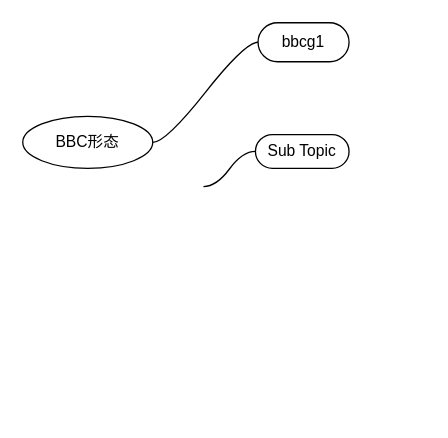
Earlier version of the draw.io diagram page "BBC环境" (3 of 4) of B+.drawio (huturenji/drawio). Source tidied: cells renumbered, new cells numbered last; positions are measured from the earlier drawing's top-left corner, leaving out a move shared by most shapes. Both pictures are drawn from the tidied source at 130%, with x=0, y=0 at pixel (22, 22).
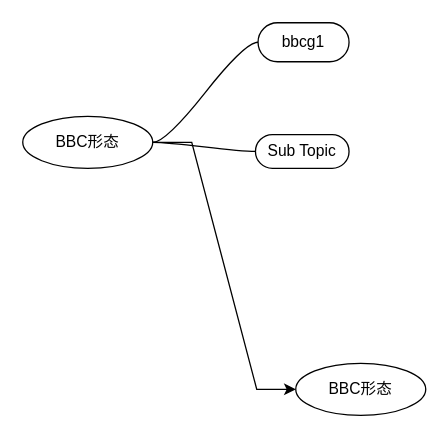
Above is the later version.

The edit, as a diff of the source:
```diff
@@
 <mxGraphModel>
   <root>
     <mxCell id="0" />
     <mxCell id="1" parent="0" />
+    <mxCell id="7" style="edgeStyle=entityRelationEdgeStyle;rounded=0;jettySize=auto;html=1;elbow=vertical;" parent="1" edge="1" source="2" target="8">
+      <mxGeometry relative="1" as="geometry" />
+    </mxCell>
     <mxCell id="2" value="BBC形态" style="ellipse;whiteSpace=wrap;html=1;align=center;newEdgeStyle={&quot;edgeStyle&quot;:&quot;entityRelationEdgeStyle&quot;,&quot;startArrow&quot;:&quot;none&quot;,&quot;endArrow&quot;:&quot;none&quot;,&quot;segment&quot;:10,&quot;curved&quot;:1};" parent="1" vertex="1">
       <mxGeometry y="72" width="100" height="40" as="geometry" />
     </mxCell>
     <mxCell id="3" value="bbcg1" style="whiteSpace=wrap;html=1;rounded=1;arcSize=50;align=center;verticalAlign=middle;strokeWidth=1;spacing=4;newEdgeStyle={&quot;edgeStyle&quot;:&quot;entityRelationEdgeStyle&quot;,&quot;startArrow&quot;:&quot;none&quot;,&quot;endArrow&quot;:&quot;none&quot;,&quot;segment&quot;:10,&quot;curved&quot;:1};" parent="1" vertex="1">
       <mxGeometry x="181" width="70" height="30" as="geometry" />
     </mxCell>
     <mxCell id="4" style="edgeStyle=entityRelationEdgeStyle;startArrow=none;endArrow=none;segment=10;curved=1;rounded=0;strokeColor=default;jumpStyle=arc;" parent="1" edge="1" source="2" target="3">
       <mxGeometry relative="1" as="geometry" />
     </mxCell>
     <mxCell id="5" value="Sub Topic" style="whiteSpace=wrap;html=1;rounded=1;arcSize=50;align=center;verticalAlign=middle;strokeWidth=1;spacing=4;newEdgeStyle={&quot;edgeStyle&quot;:&quot;entityRelationEdgeStyle&quot;,&quot;startArrow&quot;:&quot;none&quot;,&quot;endArrow&quot;:&quot;none&quot;,&quot;segment&quot;:10,&quot;curved&quot;:1};" parent="1" vertex="1">
       <mxGeometry x="179" y="86" width="72" height="26" as="geometry" />
     </mxCell>
-    <mxCell id="6" style="edgeStyle=entityRelationEdgeStyle;startArrow=none;endArrow=none;segment=10;curved=1;rounded=0;strokeColor=default;jumpStyle=arc;" parent="1" edge="1" target="5">
-      <mxGeometry relative="1" as="geometry">
-        <mxPoint x="139" y="126" as="sourcePoint" />
-      </mxGeometry>
+    <mxCell id="6" style="edgeStyle=entityRelationEdgeStyle;startArrow=none;endArrow=none;segment=10;curved=1;rounded=0;strokeColor=default;jumpStyle=arc;" parent="1" edge="1" source="2" target="5">
+      <mxGeometry relative="1" as="geometry" />
     </mxCell>
+    <mxCell id="8" value="BBC形态" style="ellipse;whiteSpace=wrap;html=1;align=center;newEdgeStyle={&quot;edgeStyle&quot;:&quot;entityRelationEdgeStyle&quot;,&quot;startArrow&quot;:&quot;none&quot;,&quot;endArrow&quot;:&quot;none&quot;,&quot;segment&quot;:10,&quot;curved&quot;:1};" parent="1" vertex="1">
+      <mxGeometry x="210" y="262" width="100" height="40" as="geometry" />
+    </mxCell>
   </root>
 </mxGraphModel>
```
